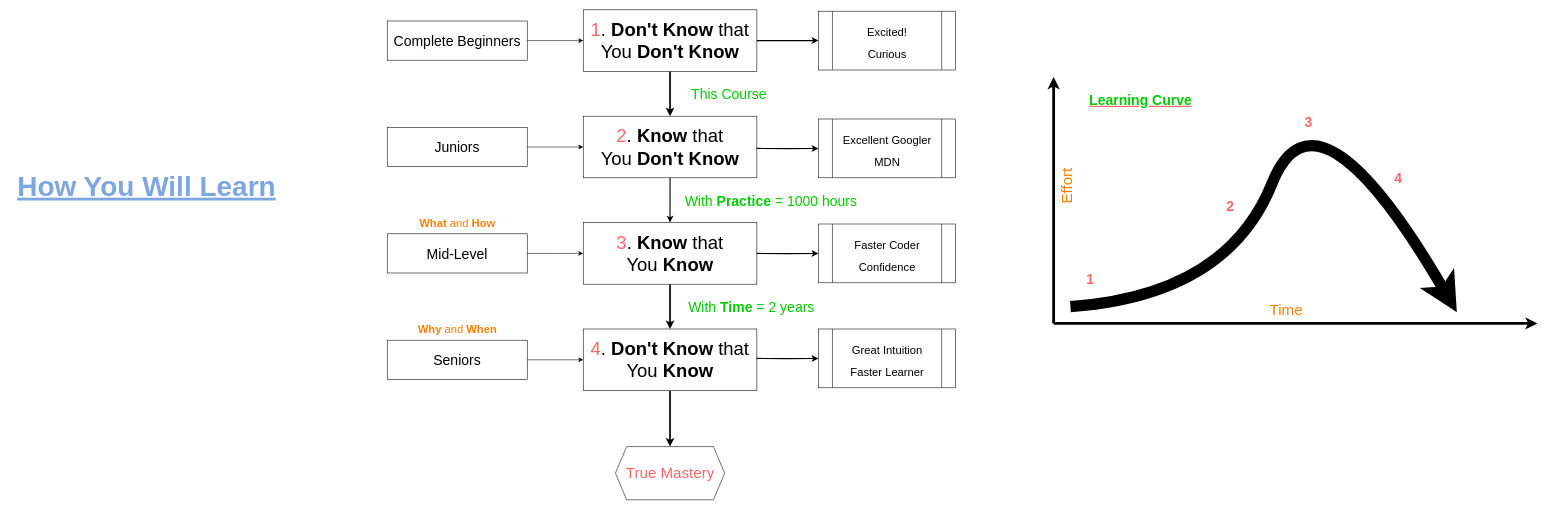
Earlier version of the draw.io diagram page "Pedagogy" (2 of 3) of overview.drawio (1-11-1/FrontendCourse2021). Source tidied: cells renumbered, new cells numbered last; positions are measured from the earlier drawing's top-left corner, leaving out a move shared by most shapes. Both pictures are drawn from the tidied source at 56%, with x=0, y=0 at pixel (12, 10).
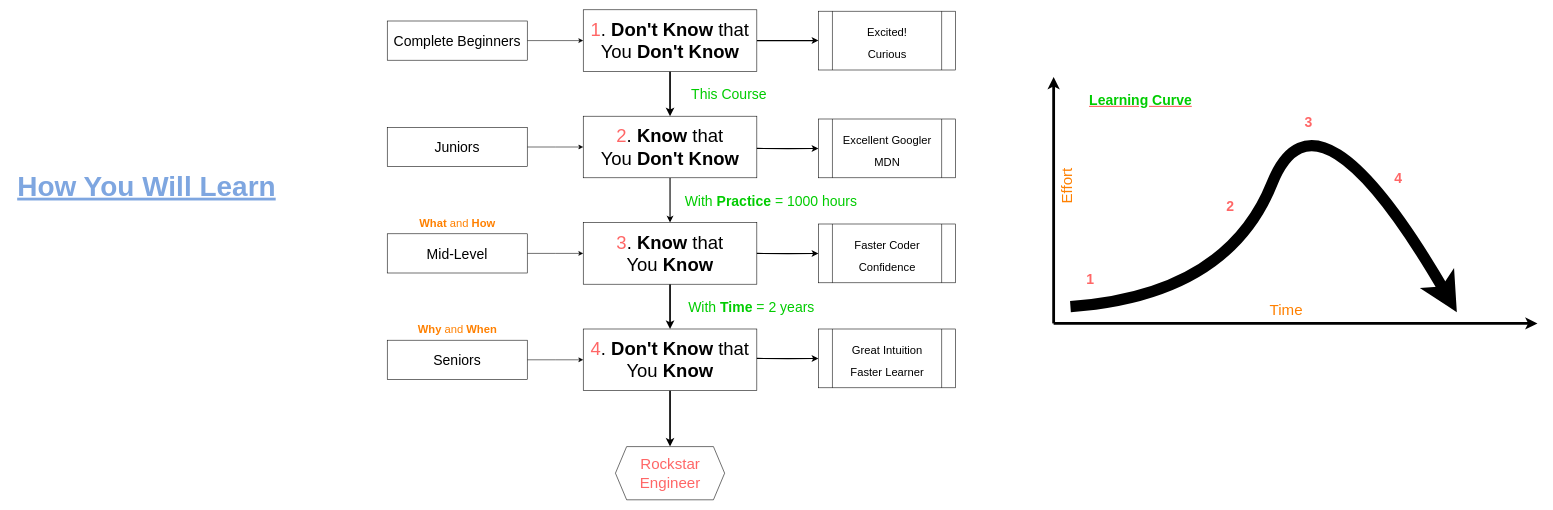
The same page after the edit.

Change to the diagram source:
```diff
@@
-    <mxCell id="30" value="&lt;font color=&quot;#ff6666&quot;&gt;True Mastery&lt;/font&gt;" style="shape=hexagon;perimeter=hexagonPerimeter2;whiteSpace=wrap;html=1;fixedSize=1;fontSize=27;fontStyle=0;" parent="1" vertex="1">
+    <mxCell id="30" value="&lt;font color=&quot;#ff6666&quot;&gt;Rockstar Engineer&lt;/font&gt;" style="shape=hexagon;perimeter=hexagonPerimeter2;whiteSpace=wrap;html=1;fixedSize=1;fontSize=27;fontStyle=0;" parent="1" vertex="1">
       <mxGeometry x="1077.5" y="780" width="195" height="95" as="geometry" />
     </mxCell>
```
